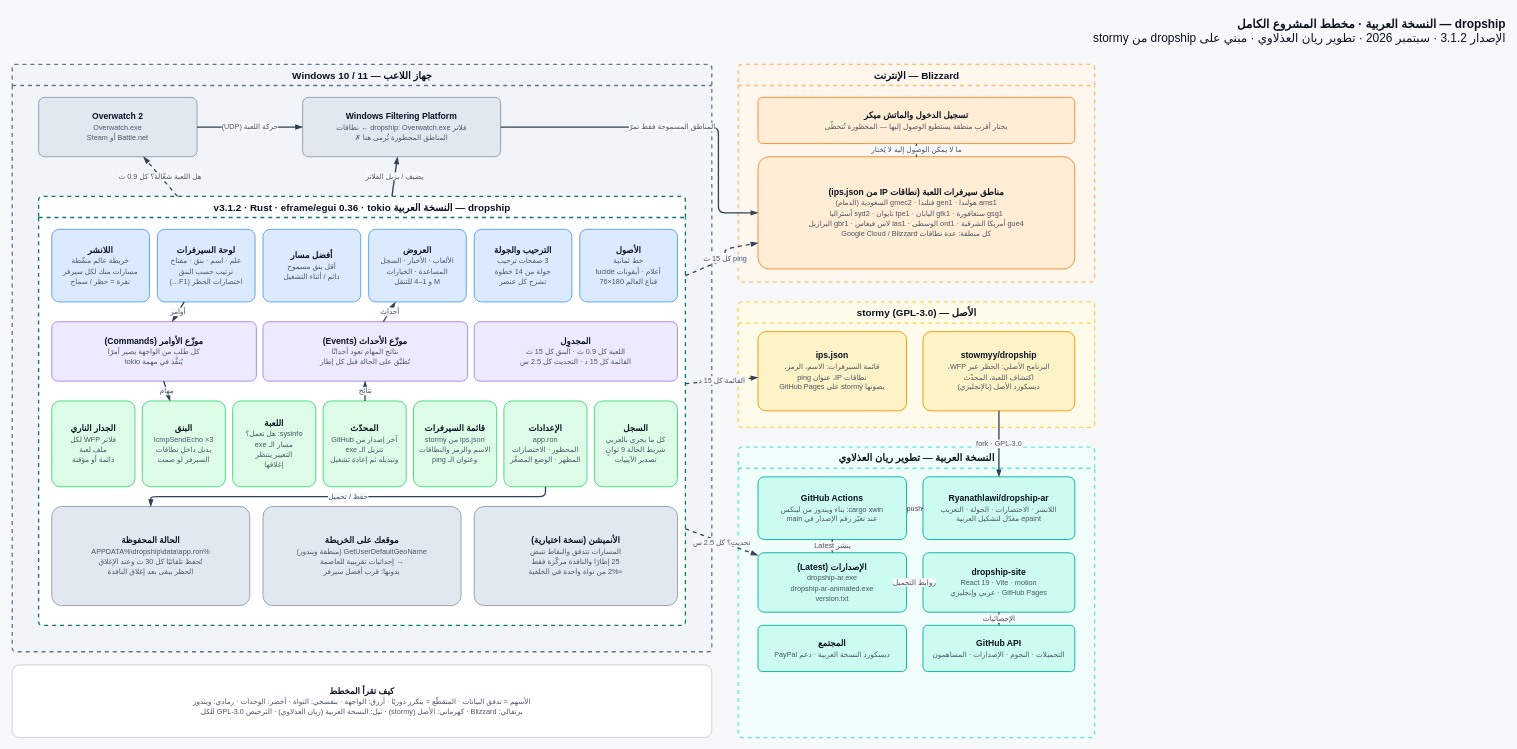
This is page "العربية" (1 of 4) of public/diagram/dropship-ar.drawio from Ryanathlawi/dropship-site, a draw.io file, before an edit. Source tidied: cells renumbered, new cells numbered last; positions are measured from the earlier drawing's top-left corner, leaving out a move shared by most shapes. Both pictures are drawn from the tidied source at 66%, with x=0, y=0 at pixel (12, 11).
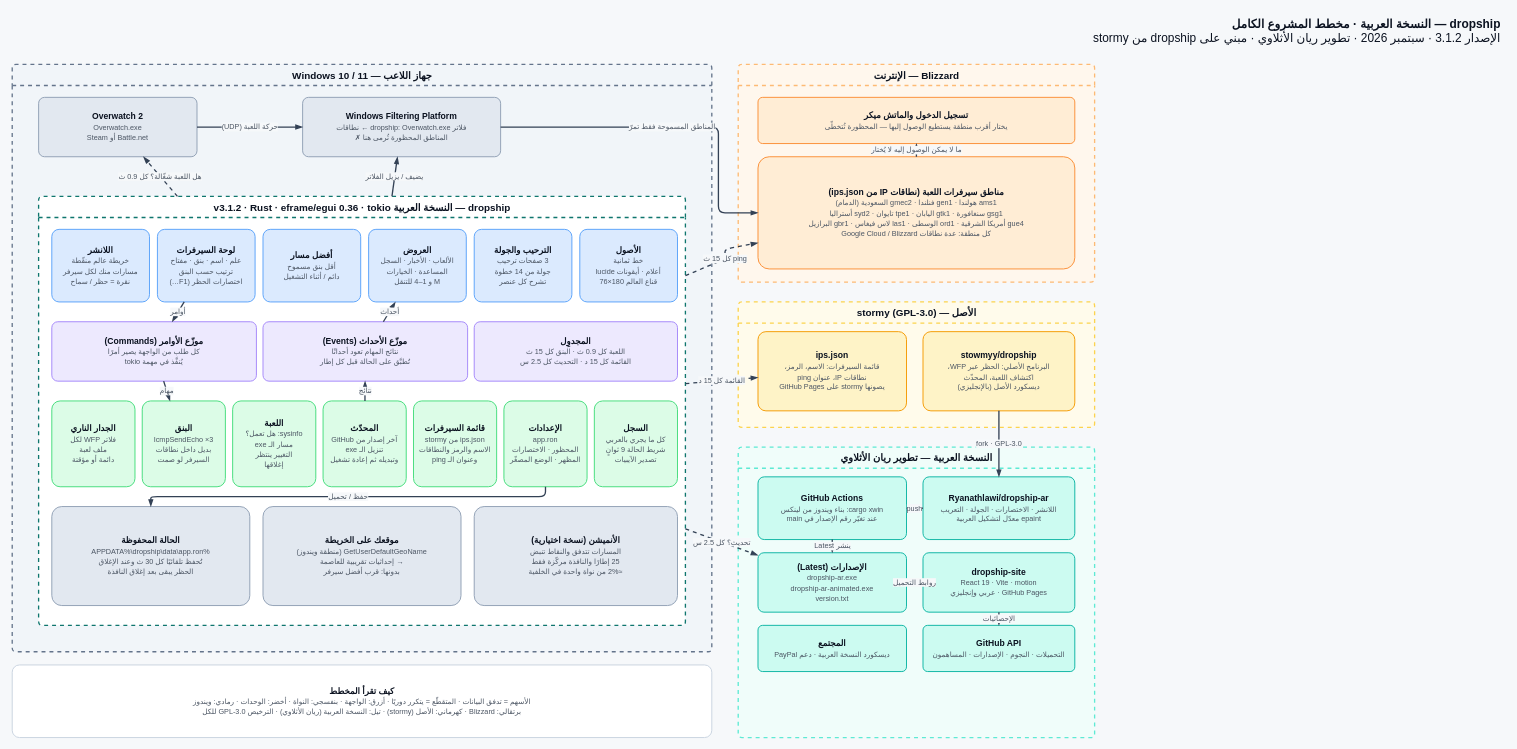
After the change.

Commit message (it also covers changes not shown here):
fix the developer's Arabic surname: ريان الأثلاوي (strings, diagram, stages)

Change to the diagram source:
```diff
@@
-    <mxCell id="2" value="&lt;b&gt;dropship — النسخة العربية · مخطط المشروع الكامل&lt;/b&gt;&lt;br&gt;الإصدار 3.1.2 · سبتمبر 2026 · تطوير ريان العذلاوي · مبني على dropship من stormy" style="text;html=1;align=right;verticalAlign=middle;fontSize=18;fontColor=#0b1220;textDirection=rtl;" parent="1" vertex="1">
+    <mxCell id="2" value="&lt;b&gt;dropship — النسخة العربية · مخطط المشروع الكامل&lt;/b&gt;&lt;br&gt;الإصدار 3.1.2 · سبتمبر 2026 · تطوير ريان الأثلاوي · مبني على dropship من stormy" style="text;html=1;align=right;verticalAlign=middle;fontSize=18;fontColor=#0b1220;textDirection=rtl;" parent="1" vertex="1">
       <mxGeometry x="740" width="900" height="60" as="geometry" />
     </mxCell>
@@
-    <mxCell id="7" value="النسخة العربية — تطوير ريان العذلاوي" style="swimlane;html=1;startSize=32;rounded=1;arcSize=6;fillColor=#f0fdfa;strokeColor=#5eead4;strokeWidth=2;fontColor=#0b1220;fontSize=15;fontStyle=1;swimlaneFillColor=#f0fdfa;dashed=1;textDirection=rtl;" parent="1" vertex="1">
+    <mxCell id="7" value="النسخة العربية — تطوير ريان الأثلاوي" style="swimlane;html=1;startSize=32;rounded=1;arcSize=6;fillColor=#f0fdfa;strokeColor=#5eead4;strokeWidth=2;fontColor=#0b1220;fontSize=15;fontStyle=1;swimlaneFillColor=#f0fdfa;dashed=1;textDirection=rtl;" parent="1" vertex="1">
       <mxGeometry x="1100" y="660" width="540" height="440" as="geometry" />
     </mxCell>
@@
-    <mxCell id="39" value="&lt;b&gt;كيف تقرأ المخطط&lt;/b&gt;&lt;br&gt;&lt;font style=&quot;font-size:11px&quot; color=&quot;#4b5563&quot;&gt;الأسهم = تدفق البيانات · المتقطّع = يتكرر دوريًا · أزرق: الواجهة · بنفسجي: النواة · أخضر: الوحدات · رمادي: ويندوز&lt;br&gt;برتقالي: Blizzard · كهرماني: الأصل (stormy) · تيل: النسخة العربية (ريان العذلاوي) · الترخيص GPL-3.0 للكل&lt;/font&gt;" style="rounded=1;arcSize=10;whiteSpace=wrap;html=1;fillColor=#ffffff;strokeColor=#cbd5e1;strokeWidth=1.5;fontColor=#0b1220;fontSize=13;align=center;verticalAlign=middle;spacing=4;textDirection=rtl;" parent="1" vertex="1">
+    <mxCell id="39" value="&lt;b&gt;كيف تقرأ المخطط&lt;/b&gt;&lt;br&gt;&lt;font style=&quot;font-size:11px&quot; color=&quot;#4b5563&quot;&gt;الأسهم = تدفق البيانات · المتقطّع = يتكرر دوريًا · أزرق: الواجهة · بنفسجي: النواة · أخضر: الوحدات · رمادي: ويندوز&lt;br&gt;برتقالي: Blizzard · كهرماني: الأصل (stormy) · تيل: النسخة العربية (ريان الأثلاوي) · الترخيص GPL-3.0 للكل&lt;/font&gt;" style="rounded=1;arcSize=10;whiteSpace=wrap;html=1;fillColor=#ffffff;strokeColor=#cbd5e1;strokeWidth=1.5;fontColor=#0b1220;fontSize=13;align=center;verticalAlign=middle;spacing=4;textDirection=rtl;" parent="1" vertex="1">
       <mxGeometry y="990" width="1060" height="110" as="geometry" />
     </mxCell>
```
